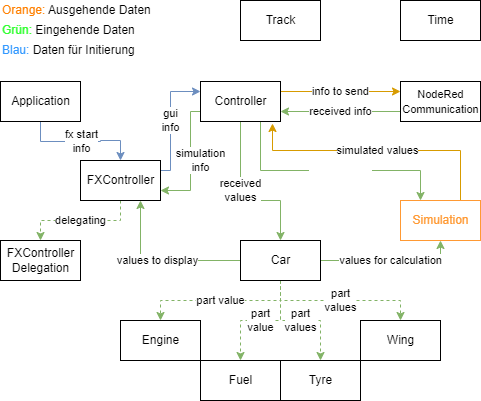
This is src/main/resources/ClassDiagram.png from Torfkopp/F1DigitalTwinNodeRED, a draw.io export, as it was before one commit. Source tidied: cells renumbered, new cells last; positions are measured from the earlier drawing's top-left corner, leaving out a move shared by most shapes.
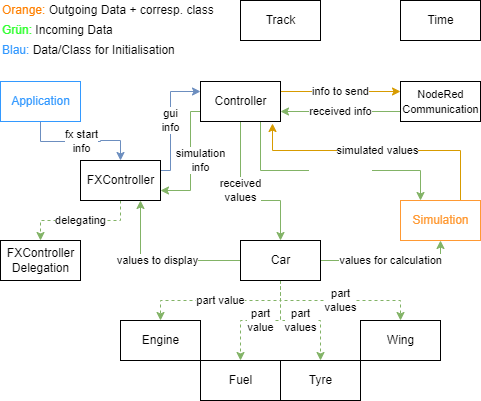
After the change.

Change to the diagram source:
```diff
@@ -5,7 +5,7 @@
     <mxCell id="2" value="fx start&lt;br&gt;info" style="edgeStyle=orthogonalEdgeStyle;rounded=0;jettySize=auto;html=1;exitX=0.5;exitY=1;exitDx=0;exitDy=0;entryX=0.5;entryY=0;entryDx=0;entryDy=0;fillColor=#dae8fc;strokeColor=#6c8ebf;" parent="1" edge="1" source="3" target="8">
       <mxGeometry relative="1" as="geometry" />
     </mxCell>
-    <mxCell id="3" value="Application" style="html=1;" parent="1" vertex="1">
+    <mxCell id="3" value="Application" style="html=1;strokeColor=#3399FF;fontColor=#3399FF;" parent="1" vertex="1">
       <mxGeometry y="81" width="80" height="40" as="geometry" />
     </mxCell>
     <mxCell id="4" value="received info" style="edgeStyle=orthogonalEdgeStyle;rounded=0;jettySize=auto;html=1;exitX=0;exitY=0.75;exitDx=0;exitDy=0;entryX=1;entryY=0.75;entryDx=0;entryDy=0;fillColor=#d5e8d4;strokeColor=#82b366;" parent="1" edge="1" source="5" target="14">
@@ -119,14 +119,14 @@
     <mxCell id="30" value="Wing" style="html=1;" parent="1" vertex="1">
       <mxGeometry x="360" y="320" width="80" height="40" as="geometry" />
     </mxCell>
-    <mxCell id="31" value="&lt;font color=&quot;#ff8000&quot;&gt;Orange:&lt;/font&gt;&amp;nbsp;Ausgehende Daten" style="text;html=1;strokeColor=none;fillColor=none;align=left;verticalAlign=middle;whiteSpace=wrap;rounded=0;" parent="1" vertex="1">
-      <mxGeometry width="160" height="20" as="geometry" />
+    <mxCell id="31" value="&lt;font color=&quot;#ff8000&quot;&gt;Orange:&lt;/font&gt;&amp;nbsp;Outgoing Data + corresp. class" style="text;html=1;strokeColor=none;fillColor=none;align=left;verticalAlign=middle;whiteSpace=wrap;rounded=0;" parent="1" vertex="1">
+      <mxGeometry width="220" height="20" as="geometry" />
     </mxCell>
-    <mxCell id="32" value="&lt;font color=&quot;#33ff33&quot;&gt;Grün:&lt;/font&gt; Eingehende Daten" style="text;html=1;strokeColor=none;fillColor=none;align=left;verticalAlign=middle;whiteSpace=wrap;rounded=0;" parent="1" vertex="1">
-      <mxGeometry y="20" width="160" height="20" as="geometry" />
+    <mxCell id="32" value="&lt;font color=&quot;#33ff33&quot;&gt;Grün:&lt;/font&gt; Incoming Data" style="text;html=1;strokeColor=none;fillColor=none;align=left;verticalAlign=middle;whiteSpace=wrap;rounded=0;" parent="1" vertex="1">
+      <mxGeometry y="20" width="220" height="20" as="geometry" />
     </mxCell>
-    <mxCell id="33" value="&lt;font color=&quot;#3399ff&quot;&gt;Blau:&lt;/font&gt; Daten für Initierung" style="text;html=1;align=left;verticalAlign=middle;whiteSpace=wrap;rounded=0;" parent="1" vertex="1">
-      <mxGeometry y="40" width="160" height="20" as="geometry" />
+    <mxCell id="33" value="&lt;font color=&quot;#3399ff&quot;&gt;Blau:&lt;/font&gt; Data/Class for Initialisation" style="text;html=1;align=left;verticalAlign=middle;whiteSpace=wrap;rounded=0;" parent="1" vertex="1">
+      <mxGeometry y="40" width="220" height="20" as="geometry" />
     </mxCell>
   </root>
 </mxGraphModel>
```
